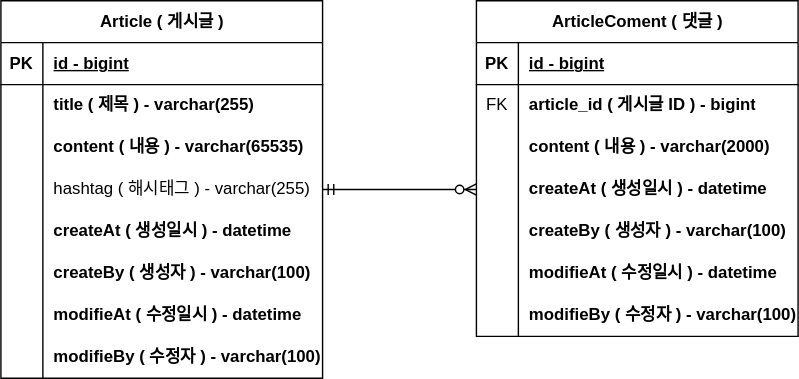
flashrifle/project-board keeps this draw.io diagram as document/proejct-board-erd.svg. Above is the earlier version. Source tidied: cells renumbered, new cells last; positions are measured from the earlier drawing's top-left corner, leaving out a move shared by most shapes.
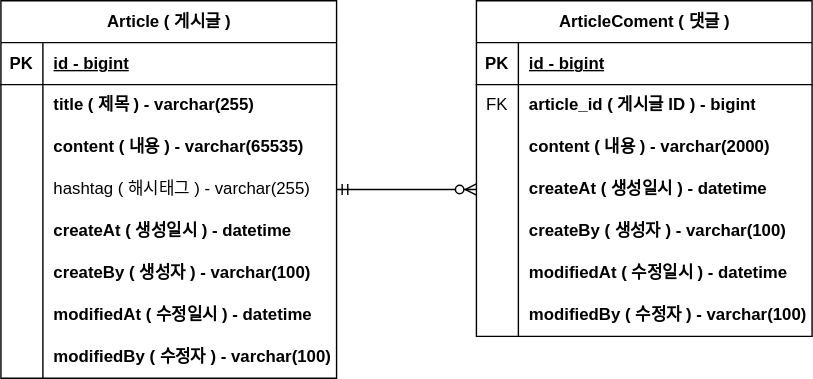
After the change.

The edit, as a diff of the source:
```diff
@@ -3,145 +3,145 @@
     <mxCell id="0" />
     <mxCell id="1" parent="0" />
     <mxCell id="2" value="Article ( 게시글 )" style="shape=table;startSize=30;rowLines=0;fontStyle=1;align=center;html=1;" parent="1" vertex="1">
-      <mxGeometry width="230" height="270" as="geometry" />
+      <mxGeometry width="240" height="270" as="geometry" />
     </mxCell>
     <mxCell id="3" style="shape=tableRow;horizontal=0;startSize=0;swimlaneHead=0;swimlaneBody=0;fillColor=none;top=0;left=0;right=0;bottom=1;" parent="2" vertex="1">
-      <mxGeometry y="30" width="230" height="30" as="geometry" />
+      <mxGeometry y="30" width="240" height="30" as="geometry" />
     </mxCell>
     <mxCell id="4" value="PK" style="shape=partialRectangle;fillColor=none;top=0;left=0;bottom=0;right=0;fontStyle=1;overflow=hidden;whiteSpace=wrap;html=1;" parent="3" vertex="1">
       <mxGeometry width="30" height="30" as="geometry" />
     </mxCell>
     <mxCell id="5" value="id - bigint" style="shape=partialRectangle;fillColor=none;top=0;left=0;bottom=0;right=0;align=left;spacingLeft=6;fontStyle=5;overflow=hidden;whiteSpace=wrap;html=1;" parent="3" vertex="1">
-      <mxGeometry x="30" width="200" height="30" as="geometry" />
+      <mxGeometry x="30" width="210" height="30" as="geometry" />
     </mxCell>
     <mxCell id="6" style="shape=tableRow;horizontal=0;startSize=0;swimlaneHead=0;swimlaneBody=0;fillColor=none;top=0;left=0;right=0;bottom=0;" parent="2" vertex="1">
-      <mxGeometry y="60" width="230" height="30" as="geometry" />
+      <mxGeometry y="60" width="240" height="30" as="geometry" />
     </mxCell>
     <mxCell id="7" style="shape=partialRectangle;fillColor=none;top=0;left=0;bottom=0;right=0;overflow=hidden;whiteSpace=wrap;html=1;" parent="6" vertex="1">
       <mxGeometry width="30" height="30" as="geometry" />
     </mxCell>
     <mxCell id="8" value="title ( 제목 ) - varchar(255)" style="shape=partialRectangle;fillColor=none;top=0;left=0;bottom=0;right=0;align=left;spacingLeft=6;overflow=hidden;whiteSpace=wrap;html=1;fontStyle=1;" parent="6" vertex="1">
-      <mxGeometry x="30" width="200" height="30" as="geometry" />
+      <mxGeometry x="30" width="210" height="30" as="geometry" />
     </mxCell>
     <mxCell id="9" style="shape=tableRow;horizontal=0;startSize=0;swimlaneHead=0;swimlaneBody=0;fillColor=none;top=0;left=0;right=0;bottom=0;" parent="2" vertex="1">
-      <mxGeometry y="90" width="230" height="30" as="geometry" />
+      <mxGeometry y="90" width="240" height="30" as="geometry" />
     </mxCell>
     <mxCell id="10" style="shape=partialRectangle;fillColor=none;top=0;left=0;bottom=0;right=0;overflow=hidden;whiteSpace=wrap;html=1;" parent="9" vertex="1">
       <mxGeometry width="30" height="30" as="geometry" />
     </mxCell>
     <mxCell id="11" value="content ( 내용 ) - varchar(65535)" style="shape=partialRectangle;fillColor=none;top=0;left=0;bottom=0;right=0;align=left;spacingLeft=6;overflow=hidden;whiteSpace=wrap;html=1;fontStyle=1;" parent="9" vertex="1">
-      <mxGeometry x="30" width="200" height="30" as="geometry" />
+      <mxGeometry x="30" width="210" height="30" as="geometry" />
     </mxCell>
     <mxCell id="12" style="shape=tableRow;horizontal=0;startSize=0;swimlaneHead=0;swimlaneBody=0;fillColor=none;points=[[0,0.5],[1,0.5]];portConstraint=eastwest;top=0;left=0;right=0;bottom=0;" parent="2" vertex="1">
-      <mxGeometry y="120" width="230" height="30" as="geometry" />
+      <mxGeometry y="120" width="240" height="30" as="geometry" />
     </mxCell>
     <mxCell id="13" style="shape=partialRectangle;fillColor=none;top=0;left=0;bottom=0;right=0;overflow=hidden;whiteSpace=wrap;html=1;" parent="12" vertex="1">
       <mxGeometry width="30" height="30" as="geometry" />
     </mxCell>
     <mxCell id="14" value="hashtag ( 해시태그 ) - varchar(255)" style="shape=partialRectangle;fillColor=none;top=0;left=0;bottom=0;right=0;align=left;spacingLeft=6;overflow=hidden;whiteSpace=wrap;html=1;" parent="12" vertex="1">
-      <mxGeometry x="30" width="200" height="30" as="geometry" />
+      <mxGeometry x="30" width="210" height="30" as="geometry" />
     </mxCell>
     <mxCell id="15" style="shape=tableRow;horizontal=0;startSize=0;swimlaneHead=0;swimlaneBody=0;fillColor=none;top=0;left=0;right=0;bottom=0;" parent="2" vertex="1">
-      <mxGeometry y="150" width="230" height="30" as="geometry" />
+      <mxGeometry y="150" width="240" height="30" as="geometry" />
     </mxCell>
     <mxCell id="16" style="shape=partialRectangle;fillColor=none;top=0;left=0;bottom=0;right=0;overflow=hidden;whiteSpace=wrap;html=1;" parent="15" vertex="1">
       <mxGeometry width="30" height="30" as="geometry" />
     </mxCell>
     <mxCell id="17" value="createAt ( 생성일시 ) - datetime" style="shape=partialRectangle;fillColor=none;top=0;left=0;bottom=0;right=0;align=left;spacingLeft=6;overflow=hidden;whiteSpace=wrap;html=1;fontStyle=1;" parent="15" vertex="1">
-      <mxGeometry x="30" width="200" height="30" as="geometry" />
+      <mxGeometry x="30" width="210" height="30" as="geometry" />
     </mxCell>
     <mxCell id="18" style="shape=tableRow;horizontal=0;startSize=0;swimlaneHead=0;swimlaneBody=0;fillColor=none;top=0;left=0;right=0;bottom=0;" parent="2" vertex="1">
-      <mxGeometry y="180" width="230" height="30" as="geometry" />
+      <mxGeometry y="180" width="240" height="30" as="geometry" />
     </mxCell>
     <mxCell id="19" style="shape=partialRectangle;fillColor=none;top=0;left=0;bottom=0;right=0;overflow=hidden;whiteSpace=wrap;html=1;" parent="18" vertex="1">
       <mxGeometry width="30" height="30" as="geometry" />
     </mxCell>
     <mxCell id="20" value="createBy ( 생성자 ) - varchar(100)" style="shape=partialRectangle;fillColor=none;top=0;left=0;bottom=0;right=0;align=left;spacingLeft=6;overflow=hidden;whiteSpace=wrap;html=1;fontStyle=1;" parent="18" vertex="1">
-      <mxGeometry x="30" width="200" height="30" as="geometry" />
+      <mxGeometry x="30" width="210" height="30" as="geometry" />
     </mxCell>
     <mxCell id="21" style="shape=tableRow;horizontal=0;startSize=0;swimlaneHead=0;swimlaneBody=0;fillColor=none;top=0;left=0;right=0;bottom=0;" parent="2" vertex="1">
-      <mxGeometry y="210" width="230" height="30" as="geometry" />
+      <mxGeometry y="210" width="240" height="30" as="geometry" />
     </mxCell>
     <mxCell id="22" style="shape=partialRectangle;fillColor=none;top=0;left=0;bottom=0;right=0;overflow=hidden;whiteSpace=wrap;html=1;" parent="21" vertex="1">
       <mxGeometry width="30" height="30" as="geometry" />
     </mxCell>
-    <mxCell id="23" value="modifieAt ( 수정일시 ) - datetime" style="shape=partialRectangle;fillColor=none;top=0;left=0;bottom=0;right=0;align=left;spacingLeft=6;overflow=hidden;whiteSpace=wrap;html=1;fontStyle=1;" parent="21" vertex="1">
-      <mxGeometry x="30" width="200" height="30" as="geometry" />
+    <mxCell id="23" value="modifiedAt&amp;nbsp;( 수정일시 ) - datetime" style="shape=partialRectangle;fillColor=none;top=0;left=0;bottom=0;right=0;align=left;spacingLeft=6;overflow=hidden;whiteSpace=wrap;html=1;fontStyle=1;" parent="21" vertex="1">
+      <mxGeometry x="30" width="210" height="30" as="geometry" />
     </mxCell>
     <mxCell id="24" style="shape=tableRow;horizontal=0;startSize=0;swimlaneHead=0;swimlaneBody=0;fillColor=none;top=0;left=0;right=0;bottom=0;" parent="2" vertex="1">
-      <mxGeometry y="240" width="230" height="30" as="geometry" />
+      <mxGeometry y="240" width="240" height="30" as="geometry" />
     </mxCell>
     <mxCell id="25" style="shape=partialRectangle;fillColor=none;top=0;left=0;bottom=0;right=0;overflow=hidden;whiteSpace=wrap;html=1;" parent="24" vertex="1">
       <mxGeometry width="30" height="30" as="geometry" />
     </mxCell>
-    <mxCell id="26" value="modifieBy ( 수정자 ) - varchar(100)" style="shape=partialRectangle;fillColor=none;top=0;left=0;bottom=0;right=0;align=left;spacingLeft=6;overflow=hidden;whiteSpace=wrap;html=1;fontStyle=1;" parent="24" vertex="1">
-      <mxGeometry x="30" width="200" height="30" as="geometry" />
+    <mxCell id="26" value="modifiedBy ( 수정자 ) - varchar(100)" style="shape=partialRectangle;fillColor=none;top=0;left=0;bottom=0;right=0;align=left;spacingLeft=6;overflow=hidden;whiteSpace=wrap;html=1;fontStyle=1;" parent="24" vertex="1">
+      <mxGeometry x="30" width="210" height="30" as="geometry" />
     </mxCell>
     <mxCell id="27" value="ArticleComent ( 댓글 )" style="shape=table;startSize=30;rowLines=0;fontStyle=1;align=center;html=1;" parent="1" vertex="1">
-      <mxGeometry x="340" width="230" height="240" as="geometry" />
+      <mxGeometry x="340" width="240" height="240" as="geometry" />
     </mxCell>
     <mxCell id="28" style="shape=tableRow;horizontal=0;startSize=0;swimlaneHead=0;swimlaneBody=0;fillColor=none;top=0;left=0;right=0;bottom=1;" parent="27" vertex="1">
-      <mxGeometry y="30" width="230" height="30" as="geometry" />
+      <mxGeometry y="30" width="240" height="30" as="geometry" />
     </mxCell>
     <mxCell id="29" value="PK" style="shape=partialRectangle;fillColor=none;top=0;left=0;bottom=0;right=0;fontStyle=1;overflow=hidden;whiteSpace=wrap;html=1;" parent="28" vertex="1">
       <mxGeometry width="30" height="30" as="geometry" />
     </mxCell>
     <mxCell id="30" value="id - bigint" style="shape=partialRectangle;fillColor=none;top=0;left=0;bottom=0;right=0;align=left;spacingLeft=6;fontStyle=5;overflow=hidden;whiteSpace=wrap;html=1;" parent="28" vertex="1">
-      <mxGeometry x="30" width="200" height="30" as="geometry" />
+      <mxGeometry x="30" width="210" height="30" as="geometry" />
     </mxCell>
     <mxCell id="31" style="shape=tableRow;horizontal=0;startSize=0;swimlaneHead=0;swimlaneBody=0;fillColor=none;top=0;left=0;right=0;bottom=0;" parent="27" vertex="1">
-      <mxGeometry y="60" width="230" height="30" as="geometry" />
+      <mxGeometry y="60" width="240" height="30" as="geometry" />
     </mxCell>
     <mxCell id="32" value="FK" style="shape=partialRectangle;fillColor=none;top=0;left=0;bottom=0;right=0;overflow=hidden;whiteSpace=wrap;html=1;" parent="31" vertex="1">
       <mxGeometry width="30" height="30" as="geometry" />
     </mxCell>
     <mxCell id="33" value="article_id ( 게시글 ID ) - bigint" style="shape=partialRectangle;fillColor=none;top=0;left=0;bottom=0;right=0;align=left;spacingLeft=6;overflow=hidden;whiteSpace=wrap;html=1;fontStyle=1;" parent="31" vertex="1">
-      <mxGeometry x="30" width="200" height="30" as="geometry" />
+      <mxGeometry x="30" width="210" height="30" as="geometry" />
     </mxCell>
     <mxCell id="34" style="shape=tableRow;horizontal=0;startSize=0;swimlaneHead=0;swimlaneBody=0;fillColor=none;top=0;left=0;right=0;bottom=0;" parent="27" vertex="1">
-      <mxGeometry y="90" width="230" height="30" as="geometry" />
+      <mxGeometry y="90" width="240" height="30" as="geometry" />
     </mxCell>
     <mxCell id="35" style="shape=partialRectangle;fillColor=none;top=0;left=0;bottom=0;right=0;overflow=hidden;whiteSpace=wrap;html=1;" parent="34" vertex="1">
       <mxGeometry width="30" height="30" as="geometry" />
     </mxCell>
     <mxCell id="36" value="content ( 내용 ) - varchar(2000)" style="shape=partialRectangle;fillColor=none;top=0;left=0;bottom=0;right=0;align=left;spacingLeft=6;overflow=hidden;whiteSpace=wrap;html=1;fontStyle=1;" parent="34" vertex="1">
-      <mxGeometry x="30" width="200" height="30" as="geometry" />
+      <mxGeometry x="30" width="210" height="30" as="geometry" />
     </mxCell>
     <mxCell id="37" style="shape=tableRow;horizontal=0;startSize=0;swimlaneHead=0;swimlaneBody=0;fillColor=none;points=[[0,0.5],[1,0.5]];portConstraint=eastwest;top=0;left=0;right=0;bottom=0;" parent="27" vertex="1">
-      <mxGeometry y="120" width="230" height="30" as="geometry" />
+      <mxGeometry y="120" width="240" height="30" as="geometry" />
     </mxCell>
     <mxCell id="38" style="shape=partialRectangle;fillColor=none;top=0;left=0;bottom=0;right=0;overflow=hidden;whiteSpace=wrap;html=1;" parent="37" vertex="1">
       <mxGeometry width="30" height="30" as="geometry" />
     </mxCell>
     <mxCell id="39" value="createAt ( 생성일시 ) - datetime" style="shape=partialRectangle;fillColor=none;top=0;left=0;bottom=0;right=0;align=left;spacingLeft=6;overflow=hidden;whiteSpace=wrap;html=1;fontStyle=1;" parent="37" vertex="1">
-      <mxGeometry x="30" width="200" height="30" as="geometry" />
+      <mxGeometry x="30" width="210" height="30" as="geometry" />
     </mxCell>
     <mxCell id="40" style="shape=tableRow;horizontal=0;startSize=0;swimlaneHead=0;swimlaneBody=0;fillColor=none;top=0;left=0;right=0;bottom=0;" parent="27" vertex="1">
-      <mxGeometry y="150" width="230" height="30" as="geometry" />
+      <mxGeometry y="150" width="240" height="30" as="geometry" />
     </mxCell>
     <mxCell id="41" style="shape=partialRectangle;fillColor=none;top=0;left=0;bottom=0;right=0;overflow=hidden;whiteSpace=wrap;html=1;" parent="40" vertex="1">
       <mxGeometry width="30" height="30" as="geometry" />
     </mxCell>
     <mxCell id="42" value="createBy ( 생성자 ) - varchar(100)" style="shape=partialRectangle;fillColor=none;top=0;left=0;bottom=0;right=0;align=left;spacingLeft=6;overflow=hidden;whiteSpace=wrap;html=1;fontStyle=1;" parent="40" vertex="1">
-      <mxGeometry x="30" width="200" height="30" as="geometry" />
+      <mxGeometry x="30" width="210" height="30" as="geometry" />
     </mxCell>
     <mxCell id="43" style="shape=tableRow;horizontal=0;startSize=0;swimlaneHead=0;swimlaneBody=0;fillColor=none;top=0;left=0;right=0;bottom=0;" parent="27" vertex="1">
-      <mxGeometry y="180" width="230" height="30" as="geometry" />
+      <mxGeometry y="180" width="240" height="30" as="geometry" />
     </mxCell>
     <mxCell id="44" style="shape=partialRectangle;fillColor=none;top=0;left=0;bottom=0;right=0;overflow=hidden;whiteSpace=wrap;html=1;" parent="43" vertex="1">
       <mxGeometry width="30" height="30" as="geometry" />
     </mxCell>
-    <mxCell id="45" value="modifieAt ( 수정일시 ) - datetime" style="shape=partialRectangle;fillColor=none;top=0;left=0;bottom=0;right=0;align=left;spacingLeft=6;overflow=hidden;whiteSpace=wrap;html=1;fontStyle=1;" parent="43" vertex="1">
-      <mxGeometry x="30" width="200" height="30" as="geometry" />
+    <mxCell id="45" value="modifiedAt ( 수정일시 ) - datetime" style="shape=partialRectangle;fillColor=none;top=0;left=0;bottom=0;right=0;align=left;spacingLeft=6;overflow=hidden;whiteSpace=wrap;html=1;fontStyle=1;" parent="43" vertex="1">
+      <mxGeometry x="30" width="210" height="30" as="geometry" />
     </mxCell>
     <mxCell id="46" style="shape=tableRow;horizontal=0;startSize=0;swimlaneHead=0;swimlaneBody=0;fillColor=none;top=0;left=0;right=0;bottom=0;" parent="27" vertex="1">
-      <mxGeometry y="210" width="230" height="30" as="geometry" />
+      <mxGeometry y="210" width="240" height="30" as="geometry" />
     </mxCell>
     <mxCell id="47" style="shape=partialRectangle;fillColor=none;top=0;left=0;bottom=0;right=0;overflow=hidden;whiteSpace=wrap;html=1;" parent="46" vertex="1">
       <mxGeometry width="30" height="30" as="geometry" />
     </mxCell>
-    <mxCell id="48" value="modifieBy ( 수정자 ) - varchar(100)" style="shape=partialRectangle;fillColor=none;top=0;left=0;bottom=0;right=0;align=left;spacingLeft=6;overflow=hidden;whiteSpace=wrap;html=1;fontStyle=1;" parent="46" vertex="1">
-      <mxGeometry x="30" width="200" height="30" as="geometry" />
+    <mxCell id="48" value="modifiedBy ( 수정자 ) - varchar(100)" style="shape=partialRectangle;fillColor=none;top=0;left=0;bottom=0;right=0;align=left;spacingLeft=6;overflow=hidden;whiteSpace=wrap;html=1;fontStyle=1;" parent="46" vertex="1">
+      <mxGeometry x="30" width="210" height="30" as="geometry" />
     </mxCell>
     <mxCell id="49" style="edgeStyle=entityRelationEdgeStyle;fontSize=12;html=1;endArrow=ERzeroToMany;startArrow=ERmandOne;rounded=0;exitX=1;exitY=0.5;exitDx=0;exitDy=0;entryX=0;entryY=0.5;entryDx=0;entryDy=0;" parent="1" edge="1" source="12" target="37">
       <mxGeometry relative="1" as="geometry" />
```
